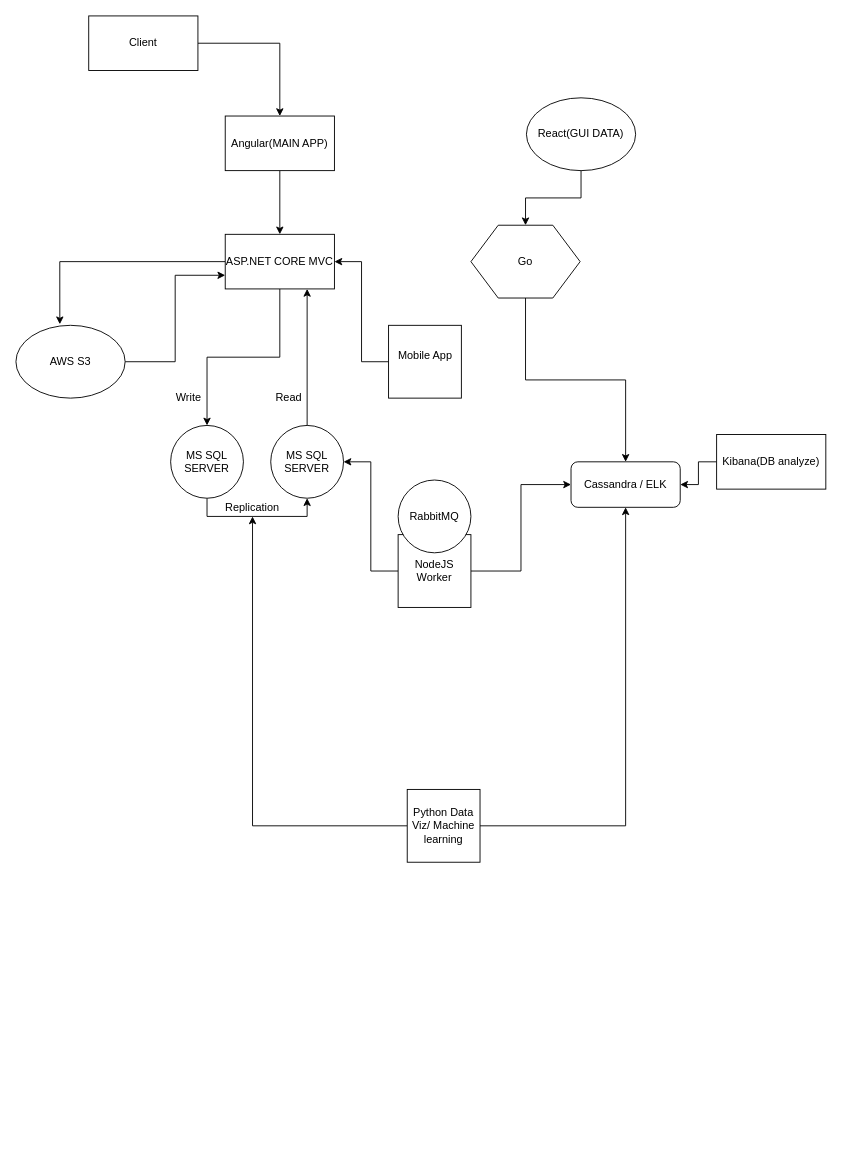
Earlier version of the draw.io diagram architecture.drawio (CharlieTheProgrammer/FCC-ELKGROVE). Source tidied: cells renumbered, new cells numbered last; positions are measured from the earlier drawing's top-left corner, leaving out a move shared by most shapes. Both pictures are drawn from the tidied source at 91%, with x=0, y=0 at pixel (15, 15).
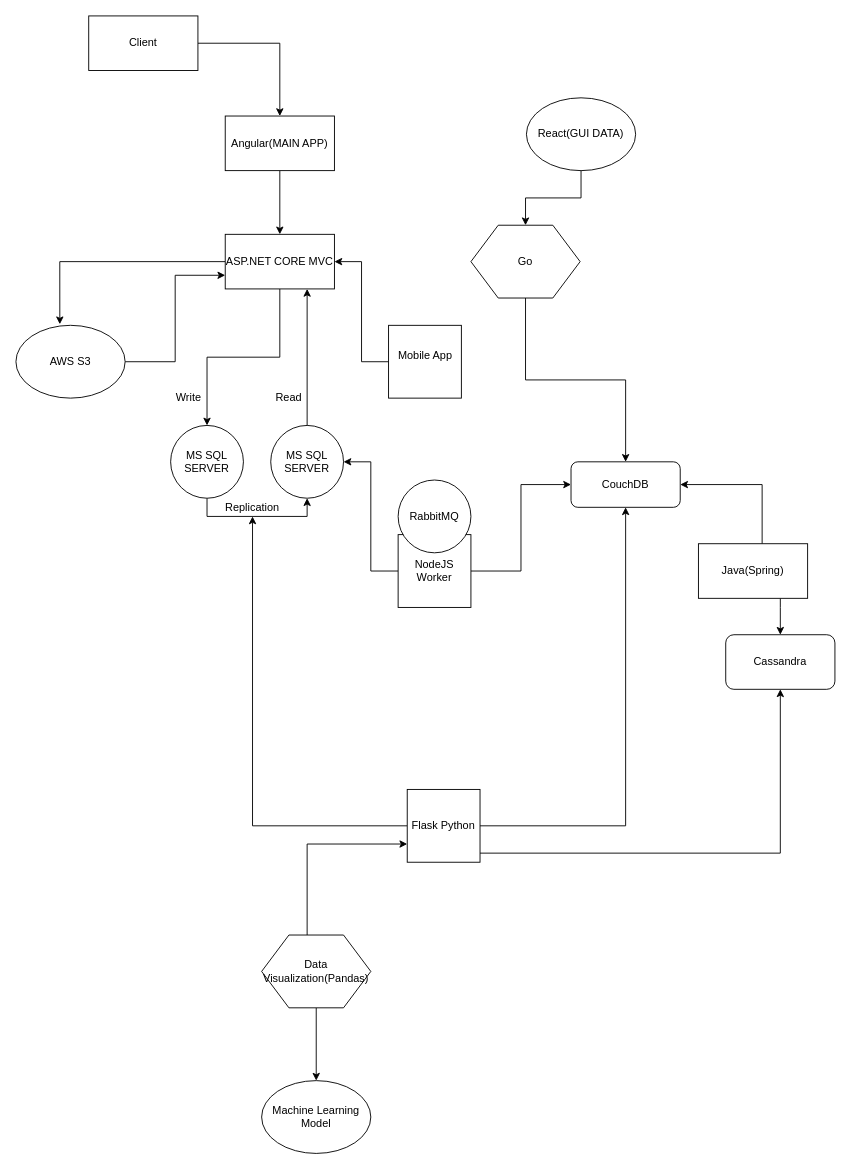
Above is the later version.

The edit, as a diff of the source:
```diff
@@
-    <mxCell id="11" value="Cassandra / ELK" style="rounded=1;whiteSpace=wrap;html=1;" parent="1" vertex="1">
+    <mxCell id="11" value="CouchDB" style="rounded=1;whiteSpace=wrap;html=1;" parent="1" vertex="1">
       <mxGeometry x="610" y="490" width="120" height="50" as="geometry" />
     </mxCell>
@@
+    <mxCell id="34" style="edgeStyle=orthogonalEdgeStyle;rounded=0;jettySize=auto;html=1;entryX=0.5;entryY=1;entryDx=0;entryDy=0;" parent="1" edge="1" source="21" target="35">
+      <mxGeometry relative="1" as="geometry">
+        <Array as="points">
+          <mxPoint x="840" y="920" />
+        </Array>
+      </mxGeometry>
+    </mxCell>
-    <mxCell id="21" value="Python Data Viz/ Machine learning" style="whiteSpace=wrap;html=1;" parent="1" vertex="1">
+    <mxCell id="21" value="Flask Python" style="whiteSpace=wrap;html=1;" parent="1" vertex="1">
       <mxGeometry x="430" y="850" width="80" height="80" as="geometry" />
     </mxCell>
@@
-    <mxCell id="31" style="edgeStyle=orthogonalEdgeStyle;rounded=0;jettySize=auto;html=1;entryX=1;entryY=0.5;entryDx=0;entryDy=0;" parent="1" edge="1" source="32" target="11">
-      <mxGeometry relative="1" as="geometry" />
-    </mxCell>
-    <mxCell id="32" value="Kibana(DB analyze)" style="rounded=0;whiteSpace=wrap;html=1;" parent="1" vertex="1">
-      <mxGeometry x="770" y="460" width="120" height="60" as="geometry" />
-    </mxCell>
@@
+    <mxCell id="35" value="Cassandra" style="rounded=1;whiteSpace=wrap;html=1;" parent="1" vertex="1">
+      <mxGeometry x="780" y="680" width="120" height="60" as="geometry" />
+    </mxCell>
+    <mxCell id="36" style="edgeStyle=orthogonalEdgeStyle;rounded=0;jettySize=auto;html=1;entryX=1;entryY=0.5;entryDx=0;entryDy=0;" parent="1" edge="1" source="38" target="11">
+      <mxGeometry relative="1" as="geometry">
+        <Array as="points">
+          <mxPoint x="820" y="515" />
+        </Array>
+      </mxGeometry>
+    </mxCell>
+    <mxCell id="37" style="edgeStyle=orthogonalEdgeStyle;rounded=0;jettySize=auto;html=1;" parent="1" edge="1" source="38" target="35">
+      <mxGeometry relative="1" as="geometry">
+        <Array as="points">
+          <mxPoint x="840" y="650" />
+          <mxPoint x="840" y="650" />
+        </Array>
+      </mxGeometry>
+    </mxCell>
+    <mxCell id="38" value="Java(Spring)" style="rounded=0;whiteSpace=wrap;html=1;" parent="1" vertex="1">
+      <mxGeometry x="750" y="580" width="120" height="60" as="geometry" />
+    </mxCell>
+    <mxCell id="39" style="edgeStyle=orthogonalEdgeStyle;rounded=0;jettySize=auto;html=1;entryX=0;entryY=0.75;entryDx=0;entryDy=0;" parent="1" edge="1" source="41" target="21">
+      <mxGeometry relative="1" as="geometry">
+        <Array as="points">
+          <mxPoint x="320" y="910" />
+        </Array>
+      </mxGeometry>
+    </mxCell>
+    <mxCell id="40" style="edgeStyle=orthogonalEdgeStyle;rounded=0;jettySize=auto;html=1;entryX=0.5;entryY=0;entryDx=0;entryDy=0;" parent="1" edge="1" source="41" target="42">
+      <mxGeometry relative="1" as="geometry" />
+    </mxCell>
+    <mxCell id="41" value="Data Visualization(Pandas)" style="shape=hexagon;perimeter=hexagonPerimeter2;whiteSpace=wrap;html=1;" parent="1" vertex="1">
+      <mxGeometry x="270" y="1010" width="120" height="80" as="geometry" />
+    </mxCell>
+    <mxCell id="42" value="Machine Learning Model" style="ellipse;whiteSpace=wrap;html=1;" parent="1" vertex="1">
+      <mxGeometry x="270" y="1170" width="120" height="80" as="geometry" />
+    </mxCell>
```
